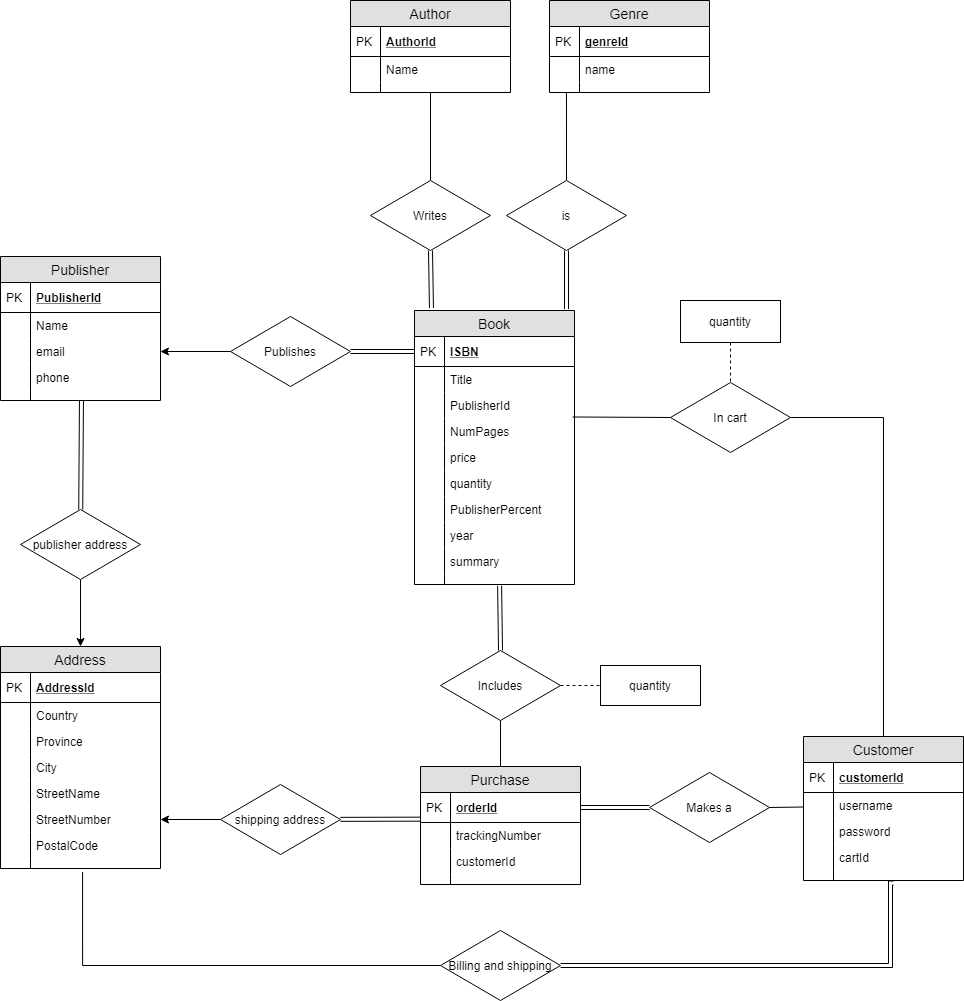
shaejsp/3005Project keeps this draw.io diagram as Diagrams/ER.png. Above is the earlier version. Source tidied: cells renumbered, new cells last; positions are measured from the earlier drawing's top-left corner, leaving out a move shared by most shapes.
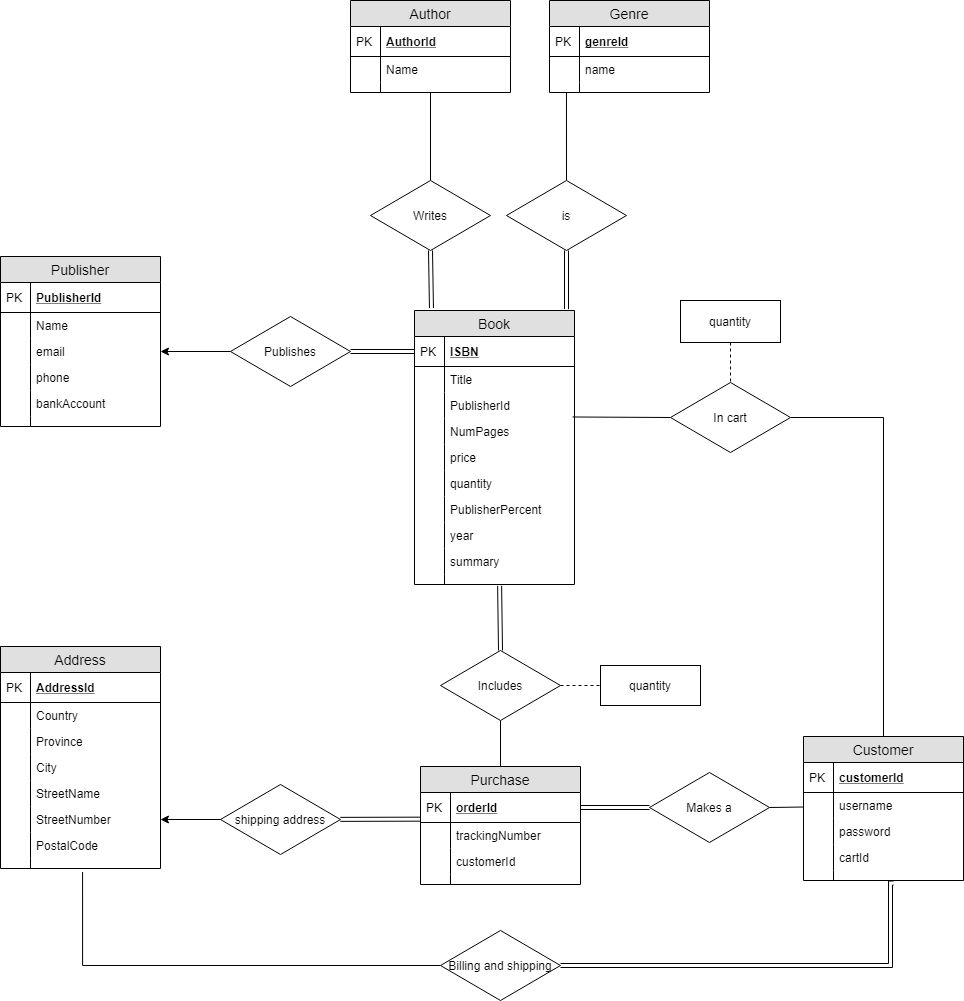
Above is the later version.

Diff of the diagram source:
```diff
@@ -235,7 +235,7 @@
       <mxGeometry x="440" y="930" width="120" height="70" as="geometry" />
     </mxCell>
     <mxCell id="76" value="Publisher" style="swimlane;fontStyle=0;horizontal=1;startSize=26;fillColor=#e0e0e0;swimlaneFillColor=#ffffff;align=center;fontSize=14;" parent="1" vertex="1">
-      <mxGeometry y="256" width="160" height="144" as="geometry" />
+      <mxGeometry y="256" width="160" height="170" as="geometry" />
     </mxCell>
     <mxCell id="77" value="PublisherId" style="shape=partialRectangle;top=0;left=0;right=0;bottom=1;align=left;verticalAlign=middle;fillColor=none;spacingLeft=34;spacingRight=4;overflow=hidden;fontStyle=5;fontSize=12;" parent="76" vertex="1">
       <mxGeometry y="26" width="160" height="30" as="geometry" />
@@ -261,8 +261,14 @@
     <mxCell id="84" style="shape=partialRectangle;top=0;left=0;bottom=0;fillColor=none;align=left;verticalAlign=top;spacingLeft=4;spacingRight=4;overflow=hidden;fontSize=12;" parent="83" vertex="1">
       <mxGeometry width="30" height="26" as="geometry" />
     </mxCell>
+    <mxCell id="116" value="bankAccount" style="shape=partialRectangle;top=0;left=0;right=0;bottom=0;align=left;verticalAlign=top;fillColor=none;spacingLeft=34;spacingRight=4;overflow=hidden;fontSize=12;" parent="76" vertex="1">
+      <mxGeometry y="134" width="160" height="26" as="geometry" />
+    </mxCell>
+    <mxCell id="117" style="shape=partialRectangle;top=0;left=0;bottom=0;fillColor=none;align=left;verticalAlign=top;spacingLeft=4;spacingRight=4;overflow=hidden;fontSize=12;" parent="116" vertex="1">
+      <mxGeometry width="30" height="26" as="geometry" />
+    </mxCell>
     <mxCell id="85" style="shape=partialRectangle;top=0;left=0;right=0;bottom=0;align=left;verticalAlign=top;fillColor=none;spacingLeft=34;spacingRight=4;overflow=hidden;points=[[0,0.5],[1,0.5]];portConstraint=eastwest;fontSize=12;" parent="76" vertex="1">
-      <mxGeometry y="134" width="160" height="10" as="geometry" />
+      <mxGeometry y="160" width="160" height="10" as="geometry" />
     </mxCell>
     <mxCell id="86" style="shape=partialRectangle;top=0;left=0;bottom=0;fillColor=none;align=left;verticalAlign=top;spacingLeft=4;spacingRight=4;overflow=hidden;fontSize=12;" parent="85" vertex="1">
       <mxGeometry width="30" height="10" as="geometry" />
@@ -309,15 +315,6 @@
     <mxCell id="100" value="quantity" style="whiteSpace=wrap;html=1;align=center;" parent="1" vertex="1">
       <mxGeometry x="680" y="300" width="100" height="42" as="geometry" />
     </mxCell>
-    <mxCell id="101" style="edgeStyle=none;rounded=0;jettySize=auto;html=1;entryX=0.506;entryY=1.05;entryDx=0;entryDy=0;entryPerimeter=0;startArrow=none;startFill=0;endArrow=none;endFill=0;shape=link;" parent="1" edge="1" source="103" target="85">
-      <mxGeometry relative="1" as="geometry" />
-    </mxCell>
-    <mxCell id="102" style="edgeStyle=none;rounded=0;jettySize=auto;html=1;entryX=0.5;entryY=0;entryDx=0;entryDy=0;startArrow=none;startFill=0;endArrow=classic;endFill=1;" parent="1" edge="1" source="103" target="50">
-      <mxGeometry relative="1" as="geometry" />
-    </mxCell>
-    <mxCell id="103" value="publisher address" style="rhombus;whiteSpace=wrap;html=1;" parent="1" vertex="1">
-      <mxGeometry x="20" y="509" width="120" height="70" as="geometry" />
-    </mxCell>
     <mxCell id="104" value="Customer" style="swimlane;fontStyle=0;horizontal=1;startSize=26;fillColor=#e0e0e0;swimlaneFillColor=#ffffff;align=center;fontSize=14;" parent="1" vertex="1">
       <mxGeometry x="803" y="736" width="160" height="144" as="geometry" />
     </mxCell>
```
